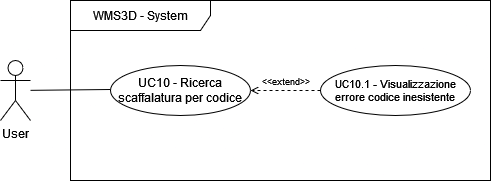
Before: Documentazione/RTB/Esterna/analisi_dei_requisiti/UC_diagrams_1-10/UC10.drawio.png, a diagram exported from draw.io (Avant-Garde-Software-Engineering/Documents). Source tidied: cells renumbered, new cells last; positions are measured from the earlier drawing's top-left corner, leaving out a move shared by most shapes.
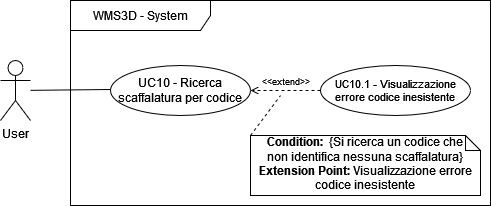
After the commit.

What changed in the source:
```diff
@@ -3,7 +3,7 @@
     <mxCell id="0" />
     <mxCell id="1" parent="0" />
     <mxCell id="2" value="WMS3D - System" style="shape=umlFrame;whiteSpace=wrap;html=1;width=140;height=30;" parent="1" vertex="1">
-      <mxGeometry x="70" width="420" height="180" as="geometry" />
+      <mxGeometry x="70" width="420" height="205" as="geometry" />
     </mxCell>
     <mxCell id="3" style="rounded=0;jettySize=auto;html=1;entryX=0;entryY=0.5;entryDx=0;entryDy=0;endArrow=none;endFill=0;" parent="1" edge="1" source="4">
       <mxGeometry relative="1" as="geometry">
@@ -22,5 +22,13 @@
     <mxCell id="7" value="&lt;font style=&quot;font-size: 9px;&quot;&gt;&amp;lt;&amp;lt;extend&amp;gt;&amp;gt;&lt;/font&gt;" style="rounded=0;jettySize=auto;html=1;exitX=0;exitY=0.5;exitDx=0;exitDy=0;entryX=1;entryY=0.5;entryDx=0;entryDy=0;dashed=1;endArrow=open;endFill=0;labelPosition=center;verticalLabelPosition=top;align=center;verticalAlign=bottom;" parent="1" edge="1" source="6" target="5">
       <mxGeometry relative="1" as="geometry" />
     </mxCell>
+    <mxCell id="8" value="&lt;div&gt;&lt;b&gt;Condition:&amp;nbsp; &lt;/b&gt;{Si ricerca un codice che&lt;/div&gt;&lt;div&gt;non identifica nessuna scaffalatura} &lt;br&gt;&lt;/div&gt;&lt;div&gt;&lt;b&gt;Extension Point:&lt;/b&gt; Visualizzazione errore codice inesistente&lt;br&gt;&lt;/div&gt;" style="shape=note;html=1;size=15;spacingLeft=5;align=left;html=1;overflow=fill;whiteSpace=wrap;align=center;" parent="1" vertex="1">
+      <mxGeometry x="250" y="135" width="230" height="60" as="geometry" />
+    </mxCell>
+    <mxCell id="9" style="rounded=0;jettySize=auto;html=1;exitX=0;exitY=0;exitDx=0;exitDy=0;exitPerimeter=0;dashed=1;endArrow=none;endFill=0;" parent="1" edge="1" source="8">
+      <mxGeometry relative="1" as="geometry">
+        <mxPoint x="280" y="95" as="targetPoint" />
+      </mxGeometry>
+    </mxCell>
   </root>
 </mxGraphModel>
```
